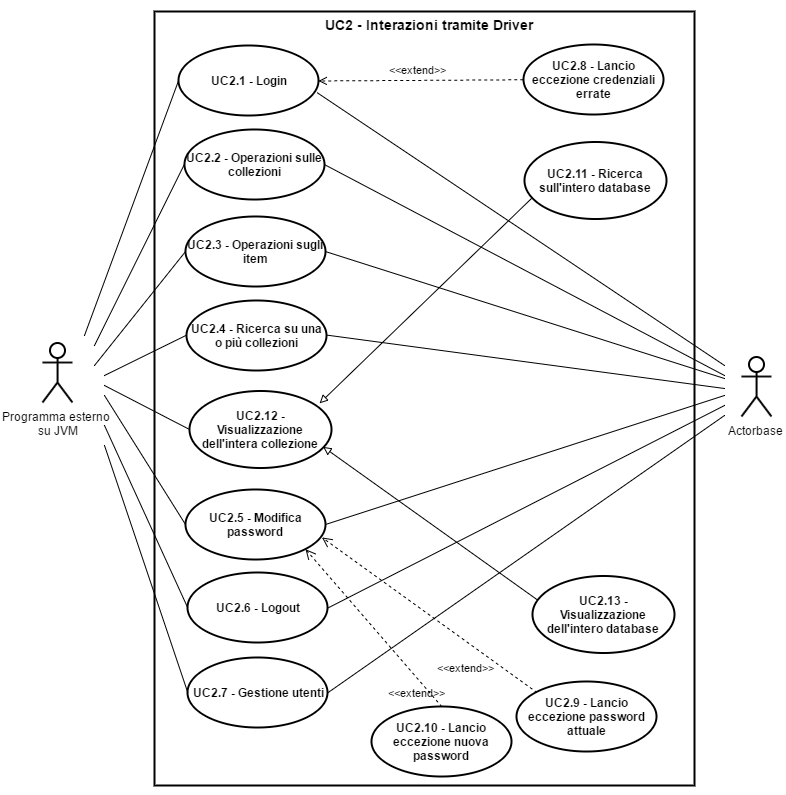
Before: img/UseCases/UC2.png, a diagram exported from draw.io (ScalateKids/Actorbase-Documents). Source tidied: cells renumbered, new cells last; positions are measured from the earlier drawing's top-left corner, leaving out a move shared by most shapes.
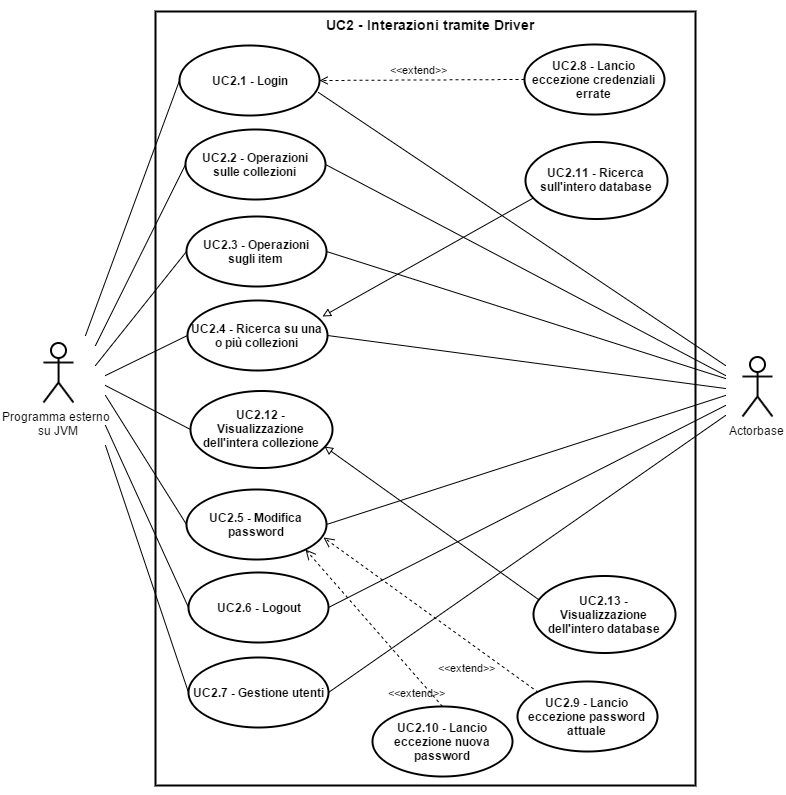
Above is the later version.

Commit message:
couple of fixes to AR PostRP

What changed in the source:
```diff
@@ -73,7 +73,7 @@
       <mxGeometry x="337" width="100" height="40" as="geometry" />
     </mxCell>
     <mxCell id="20" style="edgeStyle=orthogonalEdgeStyle;rounded=0;html=1;exitX=0.5;exitY=1;entryX=0.5;entryY=1;jettySize=auto;orthogonalLoop=1;" parent="1" edge="1" source="3" target="3">
-      <mxGeometry x="1439.8" y="2140.2" as="geometry" />
+      <mxGeometry x="1440" y="2140" as="geometry" />
     </mxCell>
     <mxCell id="21" value="&lt;b&gt;UC2.5 - Modifica password&lt;/b&gt;" style="ellipse;whiteSpace=wrap;html=1;shadow=0;glass=0;strokeWidth=2;fillColor=none;" parent="1" vertex="1">
       <mxGeometry x="143" y="487" width="140" height="70" as="geometry" />
@@ -100,7 +100,7 @@
       </mxGeometry>
     </mxCell>
     <mxCell id="27" style="endArrow=none;html=1;strokeWidth=1;exitX=1;exitY=0.5;" parent="1" edge="1" source="22">
-      <mxGeometry x="1343.4" y="1760" as="geometry">
+      <mxGeometry x="1343" y="1760" as="geometry">
         <mxPoint x="682" y="403" as="targetPoint" />
       </mxGeometry>
     </mxCell>
@@ -126,7 +126,7 @@
       <mxGeometry x="474.2" y="679.3" width="140" height="70" as="geometry" />
     </mxCell>
     <mxCell id="33" style="endArrow=none;html=1;strokeWidth=1;exitX=1;exitY=0.5;" parent="1" edge="1" source="23">
-      <mxGeometry x="1343.4" y="1770" as="geometry">
+      <mxGeometry x="1343" y="1770" as="geometry">
         <mxPoint x="682" y="413" as="targetPoint" />
       </mxGeometry>
     </mxCell>
@@ -134,7 +134,7 @@
       <mxGeometry x="481" y="42" width="140" height="70" as="geometry" />
     </mxCell>
     <mxCell id="35" style="edgeStyle=none;rounded=0;html=1;exitX=0;exitY=0.5;entryX=1;entryY=0.5;startArrow=none;startFill=0;endArrow=open;endFill=0;jettySize=auto;dashed=1;" parent="1" edge="1" source="34" target="16">
-      <mxGeometry x="1333.9" y="1434.3" as="geometry" />
+      <mxGeometry x="1334" y="1434" as="geometry" />
     </mxCell>
     <mxCell id="36" value="&amp;lt;&amp;lt;extend&amp;gt;&amp;gt;" style="text;html=1;align=center;verticalAlign=middle;labelBackgroundColor=none;fontSize=11;" parent="35" vertex="1">
       <mxGeometry x="0.16" y="-1" relative="1" as="geometry">
@@ -142,7 +142,7 @@
       </mxGeometry>
     </mxCell>
     <mxCell id="37" value="&amp;lt;&amp;lt;extend&amp;gt;&amp;gt;" style="text;html=1;align=center;verticalAlign=middle;labelBackgroundColor=none;fontSize=11;" parent="1" vertex="1">
-      <mxGeometry x="374.8" y="67" as="geometry">
+      <mxGeometry x="375" y="66.6" as="geometry">
         <mxPoint x="13" y="-10" as="offset" />
       </mxGeometry>
     </mxCell>
@@ -163,8 +163,10 @@
     <mxCell id="42" style="endArrow=block;html=1;strokeWidth=1;fillColor=#000000;fontSize=20;exitX=0.034;exitY=0.307;endFill=0;entryX=0.941;entryY=0.728;entryPerimeter=0;exitPerimeter=0;" parent="1" edge="1" source="40" target="39">
       <mxGeometry x="1507.5" y="1501.2" as="geometry" />
     </mxCell>
-    <mxCell id="43" style="endArrow=block;html=1;strokeWidth=1;fillColor=#000000;fontSize=20;exitX=0.048;exitY=0.738;endFill=0;entryX=0.916;entryY=0.162;entryPerimeter=0;exitPerimeter=0;" parent="1" edge="1" source="38" target="39">
-      <mxGeometry x="1517.5" y="1511.2" as="geometry" />
+    <mxCell id="43" style="endArrow=block;html=1;strokeWidth=1;fillColor=#000000;fontSize=20;exitX=0.048;exitY=0.738;endFill=0;exitPerimeter=0;" parent="1" edge="1" source="38">
+      <mxGeometry x="1517.5" y="1511.2" as="geometry">
+        <mxPoint x="279" y="314" as="targetPoint" />
+      </mxGeometry>
     </mxCell>
   </root>
 </mxGraphModel>
```
